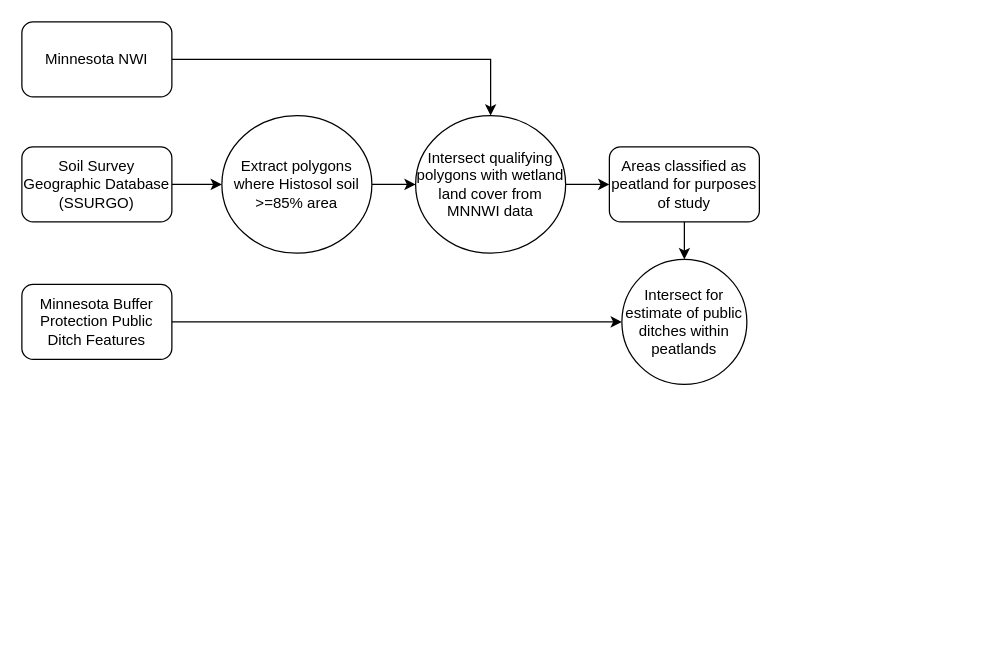
lsageser1/gis5572 keeps this draw.io diagram as Untitled Diagram.drawio. Above is the earlier version. Source tidied: cells renumbered, new cells numbered last; positions are measured from the earlier drawing's top-left corner, leaving out a move shared by most shapes. Both pictures are drawn from the tidied source at 125%, with x=0, y=0 at pixel (21, 21).
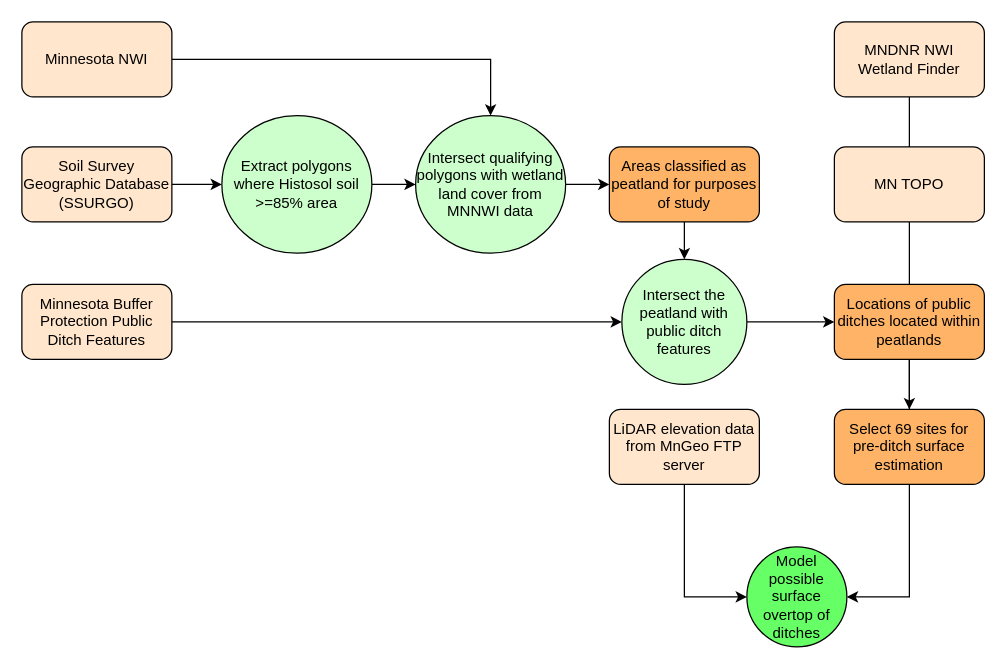
Above is the later version.

What changed in the source:
```diff
@@
-    <mxCell id="3" value="Minnesota NWI" style="rounded=1;whiteSpace=wrap;html=1;" parent="1" vertex="1">
+    <mxCell id="3" value="Minnesota NWI" style="rounded=1;whiteSpace=wrap;html=1;fillColor=#FFE6CC;" parent="1" vertex="1">
       <mxGeometry width="120" height="60" as="geometry" />
     </mxCell>
@@
-    <mxCell id="5" value="Soil Survey Geographic Database (SSURGO)" style="rounded=1;whiteSpace=wrap;html=1;" parent="1" vertex="1">
+    <mxCell id="5" value="Soil Survey Geographic Database (SSURGO)" style="rounded=1;whiteSpace=wrap;html=1;fillColor=#FFE6CC;" parent="1" vertex="1">
       <mxGeometry y="100" width="120" height="60" as="geometry" />
     </mxCell>
@@
-    <mxCell id="7" value="Extract polygons where Histosol soil &amp;gt;=85% area" style="ellipse;whiteSpace=wrap;html=1;rounded=1;" parent="1" vertex="1">
+    <mxCell id="7" value="Extract polygons where Histosol soil &amp;gt;=85% area" style="ellipse;whiteSpace=wrap;html=1;rounded=1;fillColor=#CCFFCC;" parent="1" vertex="1">
       <mxGeometry x="160" y="75" width="120" height="110" as="geometry" />
     </mxCell>
@@
-    <mxCell id="9" value="Intersect qualifying polygons with wetland land cover from MNNWI data" style="ellipse;whiteSpace=wrap;html=1;rounded=1;" parent="1" vertex="1">
+    <mxCell id="9" value="Intersect qualifying polygons with wetland land cover from MNNWI data" style="ellipse;whiteSpace=wrap;html=1;rounded=1;fillColor=#CCFFCC;" parent="1" vertex="1">
       <mxGeometry x="315" y="75" width="120" height="110" as="geometry" />
     </mxCell>
@@
-    <mxCell id="11" value="Areas classified as peatland for purposes of study" style="rounded=1;whiteSpace=wrap;html=1;" parent="1" vertex="1">
+    <mxCell id="11" value="Areas classified as peatland for purposes of study" style="rounded=1;whiteSpace=wrap;html=1;fillColor=#FFB366;" parent="1" vertex="1">
       <mxGeometry x="470" y="100" width="120" height="60" as="geometry" />
     </mxCell>
@@
-    <mxCell id="13" value="Minnesota Buffer Protection Public Ditch Features" style="rounded=1;whiteSpace=wrap;html=1;" parent="1" vertex="1">
+    <mxCell id="13" value="Minnesota Buffer Protection Public Ditch Features" style="rounded=1;whiteSpace=wrap;html=1;fillColor=#FFE6CC;" parent="1" vertex="1">
       <mxGeometry y="210" width="120" height="60" as="geometry" />
     </mxCell>
+    <mxCell id="15" style="edgeStyle=orthogonalEdgeStyle;rounded=0;jettySize=auto;html=1;" parent="1" edge="1" source="14" target="19">
+      <mxGeometry relative="1" as="geometry" />
+    </mxCell>
-    <mxCell id="14" value="Intersect for estimate of public ditches within peatlands" style="ellipse;whiteSpace=wrap;html=1;rounded=1;" parent="1" vertex="1">
+    <mxCell id="14" value="Intersect the peatland with public ditch features" style="ellipse;whiteSpace=wrap;html=1;rounded=1;fillColor=#CCFFCC;" parent="1" vertex="1">
       <mxGeometry x="480" y="190" width="100" height="100" as="geometry" />
     </mxCell>
+    <mxCell id="16" value="MNDNR NWI Wetland Finder" style="rounded=1;whiteSpace=wrap;html=1;fillColor=#FFE6CC;" parent="1" vertex="1">
+      <mxGeometry x="650" width="120" height="60" as="geometry" />
+    </mxCell>
+    <mxCell id="17" style="endArrow=none;html=1;rounded=0;entryX=0.5;entryY=1;entryDx=0;entryDy=0;" parent="1" edge="1" target="16">
+      <mxGeometry relative="1" as="geometry">
+        <mxPoint x="710" y="310" as="sourcePoint" />
+      </mxGeometry>
+    </mxCell>
+    <mxCell id="18" value="MN TOPO" style="rounded=1;whiteSpace=wrap;html=1;fillColor=#FFE6CC;" parent="1" vertex="1">
+      <mxGeometry x="650" y="100" width="120" height="60" as="geometry" />
+    </mxCell>
+    <mxCell id="19" value="Locations of public ditches located within peatlands" style="whiteSpace=wrap;html=1;rounded=1;fillColor=#FFB366;" parent="1" vertex="1">
+      <mxGeometry x="650" y="210" width="120" height="60" as="geometry" />
+    </mxCell>
+    <mxCell id="20" style="endArrow=classic;html=1;rounded=0;exitX=0.5;exitY=1;exitDx=0;exitDy=0;" parent="1" edge="1" source="19">
+      <mxGeometry relative="1" as="geometry">
+        <mxPoint x="710" y="310" as="targetPoint" />
+      </mxGeometry>
+    </mxCell>
+    <mxCell id="21" style="edgeStyle=orthogonalEdgeStyle;rounded=0;jettySize=auto;html=1;entryX=1;entryY=0.5;entryDx=0;entryDy=0;" parent="1" edge="1" source="22" target="25">
+      <mxGeometry relative="1" as="geometry" />
+    </mxCell>
+    <mxCell id="22" value="Select 69 sites for pre-ditch surface estimation" style="rounded=1;whiteSpace=wrap;html=1;fillColor=#FFB366;" parent="1" vertex="1">
+      <mxGeometry x="650" y="310" width="120" height="60" as="geometry" />
+    </mxCell>
+    <mxCell id="23" style="edgeStyle=orthogonalEdgeStyle;rounded=0;jettySize=auto;html=1;entryX=0;entryY=0.5;entryDx=0;entryDy=0;" parent="1" edge="1" source="24" target="25">
+      <mxGeometry relative="1" as="geometry" />
+    </mxCell>
+    <mxCell id="24" value="LiDAR elevation data from MnGeo FTP server" style="rounded=1;whiteSpace=wrap;html=1;fillColor=#FFE6CC;" parent="1" vertex="1">
+      <mxGeometry x="470" y="310" width="120" height="60" as="geometry" />
+    </mxCell>
+    <mxCell id="25" value="Model possible surface overtop of ditches" style="ellipse;whiteSpace=wrap;html=1;fillColor=#66FF66;" parent="1" vertex="1">
+      <mxGeometry x="580" y="420" width="80" height="80" as="geometry" />
+    </mxCell>
```
